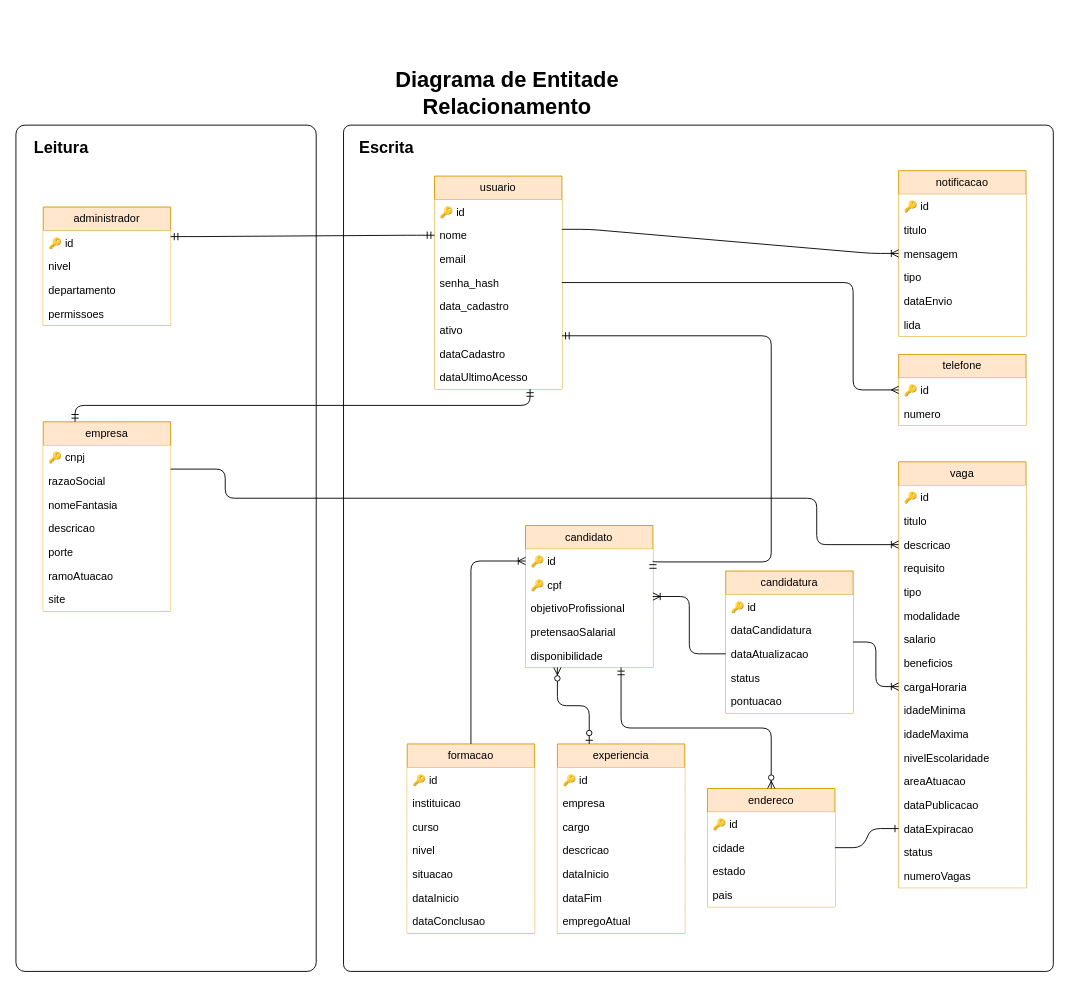
MatchVagas/Documentation keeps this draw.io diagram as page "Leitura-Escrita MatchVagas" (2 of 2) of Diagramas/Diagrama Entidade Relacionamento/Diagrama Entidade Relacionamento.dio. Above is the earlier version. Source tidied: cells renumbered, new cells numbered last; positions are measured from the earlier drawing's top-left corner, leaving out a move shared by most shapes. Both pictures are drawn from the tidied source at 91%, with x=0, y=0 at pixel (15, 61).
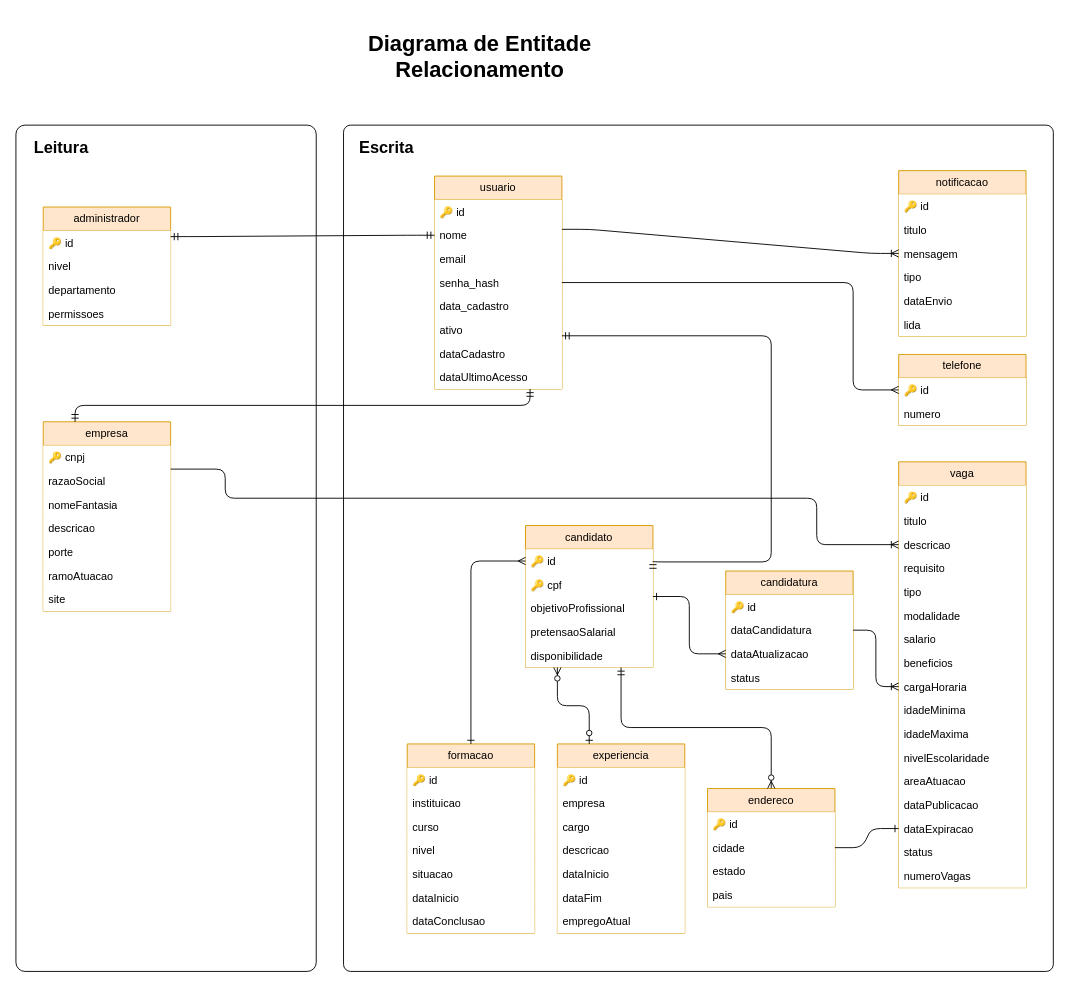
The same diagram, later.

The change refers to these unchanged cells:
```xml
<mxCell id="16" value="candidato" style="swimlane;fontStyle=0;horizontal=1;startSize=26;fillColor=#ffe6cc;whiteSpace=wrap;html=1;rounded=0;strokeColor=#d79b00;" parent="1" vertex="1">
  <mxGeometry x="560" y="510" width="140" height="156" as="geometry" />
</mxCell>
<mxCell id="17" value="🔑 id" style="text;align=left;verticalAlign=top;spacingLeft=4;spacingRight=4;overflow=hidden;points=[[0,0.5],[1,0.5]];portConstraint=eastwest;whiteSpace=wrap;html=1;fillColor=default;" parent="16" vertex="1">
  <mxGeometry y="26" width="140" height="26" as="geometry" />
</mxCell>
<mxCell id="22" value="endereco" style="swimlane;fontStyle=0;horizontal=1;startSize=26;fillColor=#ffe6cc;whiteSpace=wrap;html=1;rounded=0;strokeColor=#d79b00;" parent="1" vertex="1">
  <mxGeometry x="760" y="799" width="140" height="130" as="geometry" />
</mxCell>
<mxCell id="58" value="formacao" style="swimlane;fontStyle=0;horizontal=1;startSize=26;fillColor=#ffe6cc;whiteSpace=wrap;html=1;rounded=0;strokeColor=#d79b00;" parent="1" vertex="1">
  <mxGeometry x="430" y="750" width="140" height="208" as="geometry" />
</mxCell>
<mxCell id="77" value="dataAtualizacao" style="text;strokeColor=none;fillColor=default;align=left;verticalAlign=top;spacingLeft=4;spacingRight=4;overflow=hidden;points=[[0,0.5],[1,0.5]];portConstraint=eastwest;whiteSpace=wrap;html=1;" parent="74" vertex="1">
  <mxGeometry y="78" width="140" height="26" as="geometry" />
</mxCell>
```

What changed in the source:
```diff
@@
     <mxCell id="74" value="candidatura" style="swimlane;fontStyle=0;horizontal=1;startSize=26;fillColor=#ffe6cc;whiteSpace=wrap;html=1;rounded=0;strokeColor=#d79b00;" parent="1" vertex="1">
-      <mxGeometry x="780" y="560" width="140" height="156" as="geometry" />
+      <mxGeometry x="780" y="560" width="140" height="130" as="geometry" />
     </mxCell>
@@
-    <mxCell id="79" value="pontuacao" style="text;strokeColor=none;fillColor=default;align=left;verticalAlign=top;spacingLeft=4;spacingRight=4;overflow=hidden;whiteSpace=wrap;html=1;" parent="74" vertex="1">
-      <mxGeometry y="130" width="140" height="26" as="geometry" />
-    </mxCell>
@@
     <mxCell id="89" style="edgeStyle=orthogonalEdgeStyle;fontSize=12;html=1;endArrow=ERzeroToMany;startArrow=ERmandOne;exitX=0.75;exitY=1;exitDx=0;exitDy=0;" parent="1" edge="1" source="16" target="22">
-      <mxGeometry relative="1" as="geometry" />
+      <mxGeometry relative="1" as="geometry">
+        <Array as="points">
+          <mxPoint x="665" y="732" />
+          <mxPoint x="830" y="732" />
+        </Array>
+      </mxGeometry>
     </mxCell>
@@
-    <mxCell id="92" style="edgeStyle=orthogonalEdgeStyle;fontSize=12;html=1;endArrow=ERoneToMany;exitX=0.5;exitY=0;exitDx=0;exitDy=0;entryX=0;entryY=0.5;entryDx=0;entryDy=0;" parent="1" edge="1" source="58" target="17">
+    <mxCell id="92" style="edgeStyle=orthogonalEdgeStyle;fontSize=12;html=1;endArrow=ERmany;exitX=0.5;exitY=0;exitDx=0;exitDy=0;entryX=0;entryY=0.5;entryDx=0;entryDy=0;startArrow=ERone;startFill=0;endFill=0;" parent="1" edge="1" source="58" target="17">
       <mxGeometry relative="1" as="geometry" />
     </mxCell>
@@
-    <mxCell id="94" style="edgeStyle=orthogonalEdgeStyle;fontSize=12;html=1;endArrow=ERoneToMany;entryX=1;entryY=0.5;entryDx=0;entryDy=0;exitX=0;exitY=0.5;exitDx=0;exitDy=0;" parent="1" edge="1" source="77" target="16">
+    <mxCell id="94" style="edgeStyle=orthogonalEdgeStyle;fontSize=12;html=1;endArrow=ERone;entryX=1;entryY=0.5;entryDx=0;entryDy=0;exitX=0;exitY=0.5;exitDx=0;exitDy=0;startArrow=ERmany;startFill=0;endFill=0;" parent="1" edge="1" source="77" target="16">
       <mxGeometry relative="1" as="geometry" />
     </mxCell>
@@
     <mxCell id="99" value="&lt;h1&gt;Diagrama de Entitade Relacionamento&lt;/h1&gt;" style="text;html=1;align=center;verticalAlign=middle;whiteSpace=wrap;rounded=0;" parent="1" vertex="1">
-      <mxGeometry x="340" width="400" height="70" as="geometry" />
+      <mxGeometry x="310" y="-40" width="400" height="70" as="geometry" />
     </mxCell>
```
